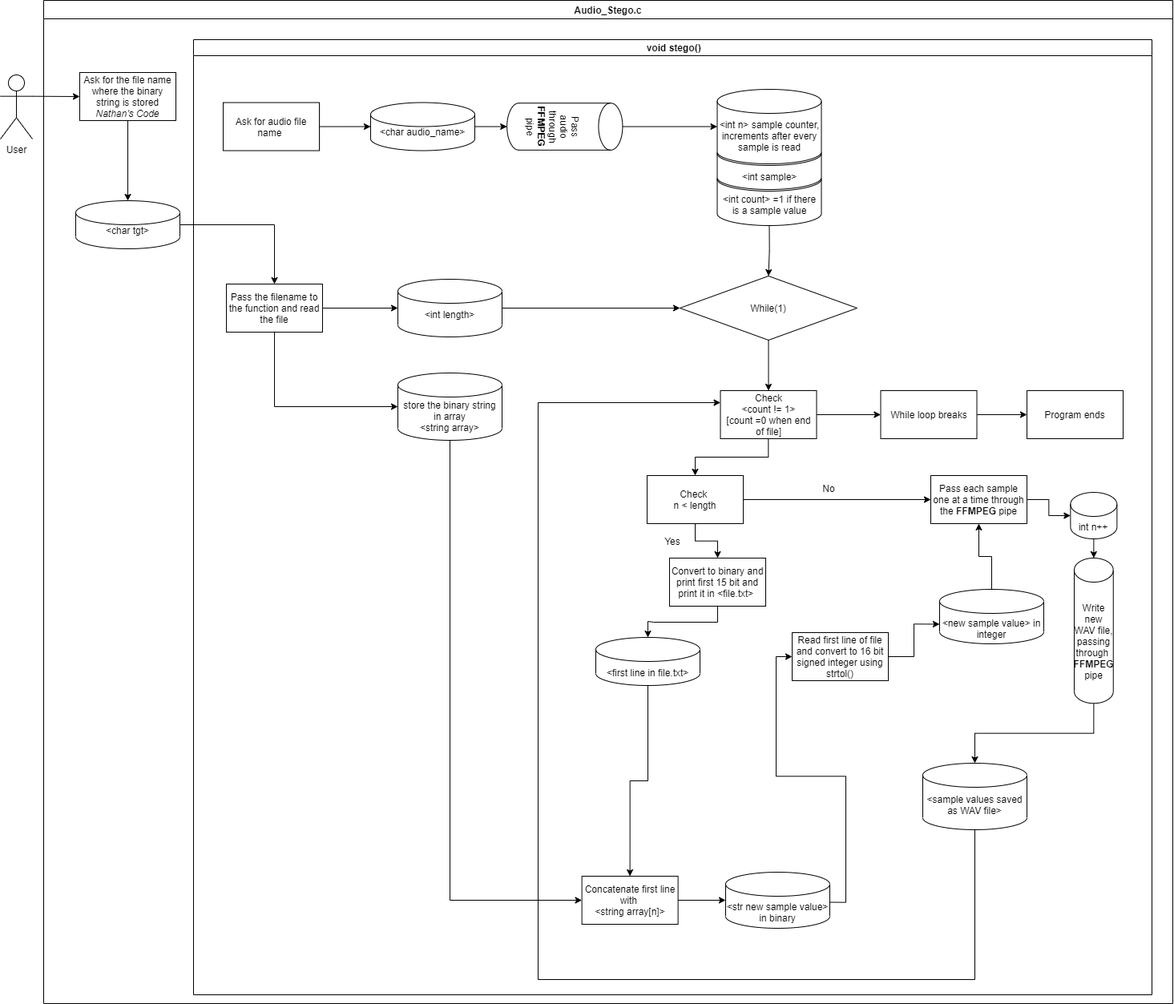
The draw.io diagram lowlevel.png in PalakMittal/AudioStego, before a commit. Source tidied: cells renumbered, new cells last; positions are measured from the earlier drawing's top-left corner, leaving out a move shared by most shapes.
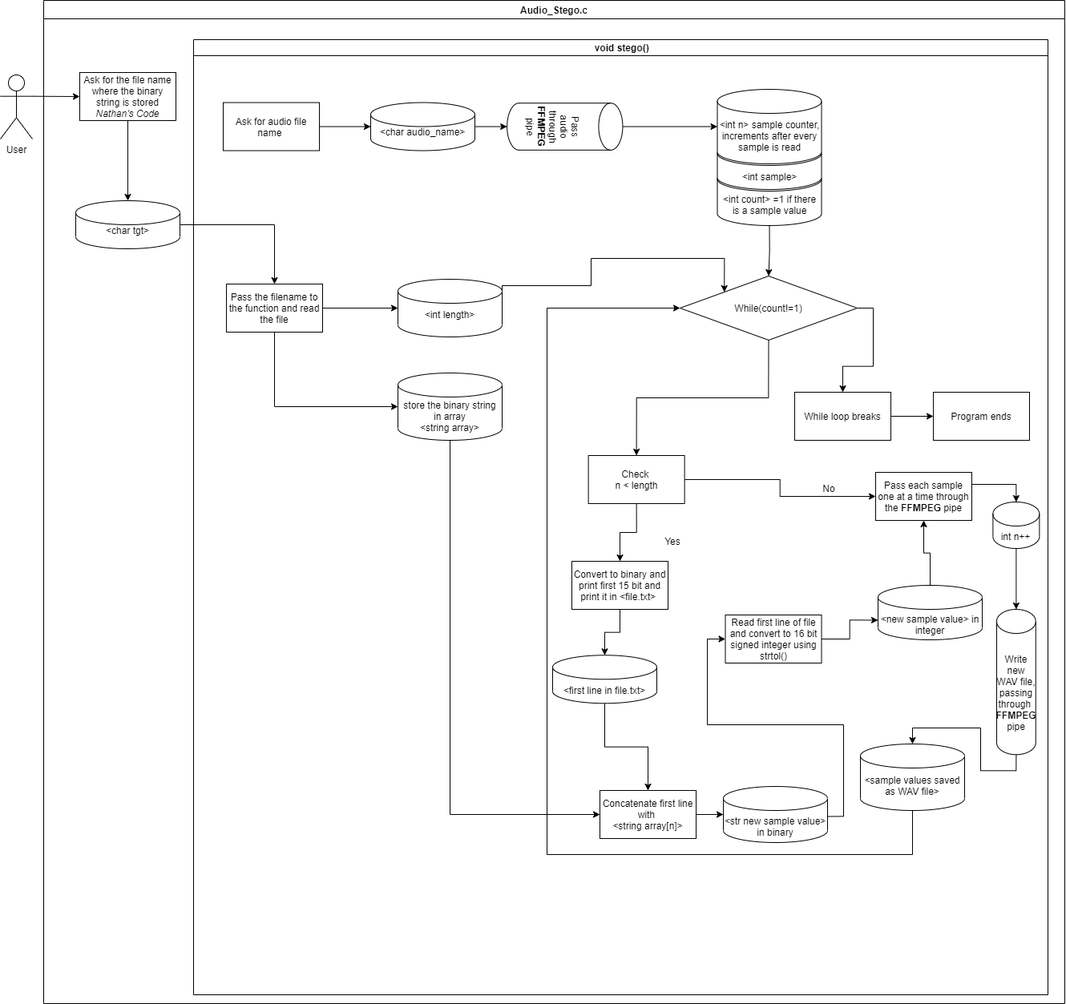
The same file after the commit.

The edit, as a diff of the source:
```diff
@@ -6,10 +6,10 @@
       <mxGeometry y="93" width="40" height="80" as="geometry" />
     </mxCell>
     <mxCell id="3" value="Audio_Stego.c" style="swimlane;" parent="1" vertex="1">
-      <mxGeometry x="54" width="1409" height="1252" as="geometry" />
+      <mxGeometry x="54" width="1274" height="1252" as="geometry" />
     </mxCell>
     <mxCell id="4" value=" void stego()" style="swimlane;startSize=20;" parent="3" vertex="1">
-      <mxGeometry x="187" y="49" width="1196" height="1192" as="geometry" />
+      <mxGeometry x="187" y="49" width="1066" height="1192" as="geometry" />
     </mxCell>
     <mxCell id="5" style="edgeStyle=orthogonalEdgeStyle;rounded=0;jettySize=auto;html=1;exitX=0.5;exitY=1;exitDx=0;exitDy=0;exitPerimeter=0;entryX=0.5;entryY=0;entryDx=0;entryDy=0;" parent="4" edge="1" source="6" target="22">
       <mxGeometry relative="1" as="geometry" />
@@ -32,6 +32,16 @@
     <mxCell id="11" value="Pass the filename to the function and read the file" style="rounded=0;whiteSpace=wrap;html=1;" parent="4" vertex="1">
       <mxGeometry x="41" y="305" width="120" height="60" as="geometry" />
     </mxCell>
+    <mxCell id="21" style="edgeStyle=orthogonalEdgeStyle;rounded=0;jettySize=auto;html=1;exitX=1;exitY=0.5;exitDx=0;exitDy=0;exitPerimeter=0;entryX=0;entryY=0;entryDx=0;entryDy=0;" parent="4" edge="1" source="12" target="22">
+      <mxGeometry relative="1" as="geometry">
+        <Array as="points">
+          <mxPoint x="385" y="307" />
+          <mxPoint x="496" y="307" />
+          <mxPoint x="496" y="273" />
+          <mxPoint x="662" y="273" />
+        </Array>
+      </mxGeometry>
+    </mxCell>
     <mxCell id="12" value="&amp;lt;int length&amp;gt;" style="shape=cylinder3;whiteSpace=wrap;html=1;boundedLbl=1;backgroundOutline=1;size=15;" parent="4" vertex="1">
       <mxGeometry x="255" y="299" width="130" height="72" as="geometry" />
     </mxCell>
@@ -59,62 +69,56 @@
     <mxCell id="20" style="endArrow=classic;html=1;exitX=0.5;exitY=0;exitDx=0;exitDy=0;exitPerimeter=0;entryX=0;entryY=0.5;entryDx=0;entryDy=0;entryPerimeter=0;" parent="4" edge="1" source="16" target="19">
       <mxGeometry relative="1" as="geometry" />
     </mxCell>
-    <mxCell id="21" style="endArrow=classic;html=1;exitX=1;exitY=0.5;exitDx=0;exitDy=0;exitPerimeter=0;entryX=0;entryY=0.5;entryDx=0;entryDy=0;" parent="4" edge="1" source="12" target="22">
-      <mxGeometry relative="1" as="geometry" />
-    </mxCell>
+    <mxCell id="60" style="edgeStyle=orthogonalEdgeStyle;rounded=0;jettySize=auto;html=1;exitX=0.5;exitY=1;exitDx=0;exitDy=0;entryX=0.5;entryY=0;entryDx=0;entryDy=0;" parent="4" edge="1" source="22" target="43">
+      <mxGeometry relative="1" as="geometry" />
+    </mxCell>
+    <mxCell id="61" style="edgeStyle=orthogonalEdgeStyle;rounded=0;jettySize=auto;html=1;exitX=1;exitY=0.5;exitDx=0;exitDy=0;entryX=0.5;entryY=0;entryDx=0;entryDy=0;" parent="4" edge="1" source="22" target="25">
+      <mxGeometry relative="1" as="geometry" />
+    </mxCell>
-    <mxCell id="22" value="While(1)" style="rhombus;whiteSpace=wrap;html=1;" parent="4" vertex="1">
+    <mxCell id="22" value="While(count!=1)" style="rhombus;whiteSpace=wrap;html=1;" parent="4" vertex="1">
       <mxGeometry x="607" y="295" width="221" height="80" as="geometry" />
     </mxCell>
-    <mxCell id="23" style="endArrow=classic;html=1;exitX=0.5;exitY=1;exitDx=0;exitDy=0;entryX=0.5;entryY=0;entryDx=0;entryDy=0;entryPerimeter=0;" parent="4" edge="1" source="22" target="24">
-      <mxGeometry relative="1" as="geometry" />
-    </mxCell>
-    <mxCell id="24" value="&amp;nbsp;Check&amp;nbsp;&lt;br&gt;&amp;lt;count != 1&amp;gt;&lt;br&gt;[count =0 when end of file]" style="rounded=0;whiteSpace=wrap;html=1;" parent="4" vertex="1">
-      <mxGeometry x="657.5" y="438" width="120" height="60" as="geometry" />
-    </mxCell>
     <mxCell id="25" value="While loop breaks" style="whiteSpace=wrap;html=1;rounded=0;" parent="4" vertex="1">
-      <mxGeometry x="857.5" y="438" width="120" height="60" as="geometry" />
+      <mxGeometry x="750" y="440" width="120" height="60" as="geometry" />
     </mxCell>
-    <mxCell id="26" style="edgeStyle=orthogonalEdgeStyle;rounded=0;jettySize=auto;html=1;" parent="4" edge="1" source="24" target="25">
-      <mxGeometry relative="1" as="geometry" />
-    </mxCell>
     <mxCell id="27" value="Convert to binary and print first 15 bit and print it in &amp;lt;file.txt&amp;gt;&amp;nbsp;" style="rounded=0;whiteSpace=wrap;html=1;" parent="4" vertex="1">
-      <mxGeometry x="594" y="647" width="120" height="60" as="geometry" />
+      <mxGeometry x="472" y="651" width="120" height="60" as="geometry" />
     </mxCell>
     <mxCell id="28" value="&lt;br&gt;&amp;lt;first line in file.txt&amp;gt;" style="shape=cylinder3;whiteSpace=wrap;html=1;boundedLbl=1;backgroundOutline=1;size=15;" parent="4" vertex="1">
-      <mxGeometry x="502" y="746" width="130" height="60" as="geometry" />
+      <mxGeometry x="448" y="768.2" width="130" height="60" as="geometry" />
     </mxCell>
     <mxCell id="29" style="edgeStyle=orthogonalEdgeStyle;rounded=0;jettySize=auto;html=1;exitX=0.5;exitY=1;exitDx=0;exitDy=0;entryX=0.5;entryY=0;entryDx=0;entryDy=0;entryPerimeter=0;" parent="4" edge="1" source="27" target="28">
       <mxGeometry relative="1" as="geometry" />
     </mxCell>
     <mxCell id="30" value="Concatenate first line with&amp;nbsp;&lt;br&gt;&amp;lt;string array[n]&amp;gt;" style="rounded=0;whiteSpace=wrap;html=1;" parent="4" vertex="1">
-      <mxGeometry x="484.6" y="1044" width="120" height="60" as="geometry" />
+      <mxGeometry x="507" y="937" width="120" height="60" as="geometry" />
     </mxCell>
     <mxCell id="31" style="edgeStyle=orthogonalEdgeStyle;rounded=0;jettySize=auto;html=1;exitX=0.5;exitY=1;exitDx=0;exitDy=0;exitPerimeter=0;entryX=0.5;entryY=0;entryDx=0;entryDy=0;" parent="4" edge="1" source="28" target="30">
       <mxGeometry relative="1" as="geometry" />
     </mxCell>
     <mxCell id="32" value="&lt;br&gt;&amp;lt;str new sample value&amp;gt;&lt;br&gt;in binary" style="shape=cylinder3;whiteSpace=wrap;html=1;boundedLbl=1;backgroundOutline=1;size=15;" parent="4" vertex="1">
-      <mxGeometry x="664" y="1039" width="130" height="70" as="geometry" />
+      <mxGeometry x="661" y="932" width="130" height="70" as="geometry" />
     </mxCell>
     <mxCell id="33" style="endArrow=classic;html=1;exitX=1;exitY=0.5;exitDx=0;exitDy=0;entryX=0;entryY=0.5;entryDx=0;entryDy=0;entryPerimeter=0;" parent="4" edge="1" source="30" target="32">
       <mxGeometry relative="1" as="geometry" />
     </mxCell>
     <mxCell id="34" value="Read first line of file and convert to 16 bit signed integer using strtol()" style="rounded=0;whiteSpace=wrap;html=1;" parent="4" vertex="1">
-      <mxGeometry x="747" y="740" width="120" height="60" as="geometry" />
+      <mxGeometry x="663.5" y="718" width="120" height="60" as="geometry" />
     </mxCell>
     <mxCell id="35" style="edgeStyle=orthogonalEdgeStyle;rounded=0;jettySize=auto;html=1;exitX=1;exitY=0;exitDx=0;exitDy=37.5;exitPerimeter=0;entryX=0;entryY=0.5;entryDx=0;entryDy=0;" parent="4" edge="1" source="32" target="34">
       <mxGeometry relative="1" as="geometry" />
     </mxCell>
     <mxCell id="36" value="&lt;br&gt;&amp;lt;new sample value&amp;gt; in integer" style="shape=cylinder3;whiteSpace=wrap;html=1;boundedLbl=1;backgroundOutline=1;size=15;" parent="4" vertex="1">
-      <mxGeometry x="931" y="686" width="130" height="68" as="geometry" />
+      <mxGeometry x="854" y="681" width="130" height="68" as="geometry" />
     </mxCell>
     <mxCell id="37" style="edgeStyle=orthogonalEdgeStyle;rounded=0;jettySize=auto;html=1;exitX=1;exitY=0.5;exitDx=0;exitDy=0;entryX=0;entryY=0;entryDx=0;entryDy=43.5;entryPerimeter=0;" parent="4" edge="1" source="34" target="36">
       <mxGeometry relative="1" as="geometry" />
     </mxCell>
-    <mxCell id="38" style="edgeStyle=orthogonalEdgeStyle;rounded=0;jettySize=auto;html=1;exitX=1;exitY=0.5;exitDx=0;exitDy=0;entryX=0;entryY=0.5;entryDx=0;entryDy=0;entryPerimeter=0;" parent="4" edge="1" source="39" target="54">
+    <mxCell id="38" style="edgeStyle=orthogonalEdgeStyle;rounded=0;jettySize=auto;html=1;exitX=1;exitY=0.25;exitDx=0;exitDy=0;entryX=0.5;entryY=0;entryDx=0;entryDy=0;entryPerimeter=0;" parent="4" edge="1" source="39" target="54">
       <mxGeometry relative="1" as="geometry" />
     </mxCell>
     <mxCell id="39" value="Pass each sample one at a time through the &lt;b&gt;FFMPEG&lt;/b&gt;&amp;nbsp;pipe" style="rounded=0;whiteSpace=wrap;html=1;" parent="4" vertex="1">
-      <mxGeometry x="920" y="544" width="120" height="60" as="geometry" />
+      <mxGeometry x="851" y="540" width="120" height="60" as="geometry" />
     </mxCell>
     <mxCell id="40" style="edgeStyle=orthogonalEdgeStyle;rounded=0;jettySize=auto;html=1;exitX=0.5;exitY=0;exitDx=0;exitDy=0;exitPerimeter=0;entryX=0.5;entryY=1;entryDx=0;entryDy=0;" parent="4" edge="1" source="36" target="39">
       <mxGeometry relative="1" as="geometry" />
@@ -126,31 +130,28 @@
       <mxGeometry relative="1" as="geometry" />
     </mxCell>
     <mxCell id="43" value="Check &lt;br&gt;n &amp;lt; length" style="rounded=0;whiteSpace=wrap;html=1;" parent="4" vertex="1">
-      <mxGeometry x="566" y="544" width="120" height="60" as="geometry" />
+      <mxGeometry x="492.6" y="519" width="120" height="60" as="geometry" />
     </mxCell>
-    <mxCell id="44" style="edgeStyle=orthogonalEdgeStyle;rounded=0;jettySize=auto;html=1;entryX=0.5;entryY=0;entryDx=0;entryDy=0;" parent="4" edge="1" source="24" target="43">
-      <mxGeometry relative="1" as="geometry" />
-    </mxCell>
     <mxCell id="45" style="edgeStyle=orthogonalEdgeStyle;rounded=0;jettySize=auto;html=1;exitX=0.5;exitY=1;exitDx=0;exitDy=0;exitPerimeter=0;entryX=0.5;entryY=0;entryDx=0;entryDy=0;entryPerimeter=0;" parent="4" edge="1" source="46" target="48">
       <mxGeometry relative="1" as="geometry" />
     </mxCell>
     <mxCell id="46" value="Write new WAV file, passing through&amp;nbsp;&lt;br&gt;&lt;b&gt;FFMPEG &lt;/b&gt;pipe" style="shape=cylinder3;whiteSpace=wrap;html=1;boundedLbl=1;backgroundOutline=1;size=15;rotation=0;" parent="4" vertex="1">
-      <mxGeometry x="1099" y="647" width="48.8" height="181.2" as="geometry" />
+      <mxGeometry x="1002" y="711" width="48.8" height="181.2" as="geometry" />
     </mxCell>
-    <mxCell id="47" style="edgeStyle=orthogonalEdgeStyle;rounded=0;jettySize=auto;html=1;exitX=0.5;exitY=1;exitDx=0;exitDy=0;exitPerimeter=0;entryX=0;entryY=0.25;entryDx=0;entryDy=0;" parent="4" edge="1" source="48" target="24">
-      <mxGeometry relative="1" as="geometry">
-        <Array as="points">
-          <mxPoint x="975" y="1173" />
-          <mxPoint x="430" y="1173" />
-          <mxPoint x="430" y="453" />
-        </Array>
-      </mxGeometry>
-    </mxCell>
+    <mxCell id="62" style="edgeStyle=orthogonalEdgeStyle;rounded=0;jettySize=auto;html=1;entryX=0;entryY=0.5;entryDx=0;entryDy=0;exitX=0.5;exitY=1;exitDx=0;exitDy=0;exitPerimeter=0;" parent="4" edge="1" source="48" target="22">
+      <mxGeometry relative="1" as="geometry">
+        <Array as="points">
+          <mxPoint x="897" y="1017" />
+          <mxPoint x="441" y="1017" />
+          <mxPoint x="441" y="335" />
+        </Array>
+      </mxGeometry>
+    </mxCell>
     <mxCell id="48" value="&amp;lt;sample values saved as WAV file&amp;gt;" style="shape=cylinder3;whiteSpace=wrap;html=1;boundedLbl=1;backgroundOutline=1;size=15;" parent="4" vertex="1">
-      <mxGeometry x="910" y="903" width="130" height="83" as="geometry" />
+      <mxGeometry x="832" y="879" width="130" height="83" as="geometry" />
     </mxCell>
     <mxCell id="49" value="Program ends" style="rounded=0;whiteSpace=wrap;html=1;" parent="4" vertex="1">
-      <mxGeometry x="1040" y="438" width="120" height="60" as="geometry" />
+      <mxGeometry x="923" y="440" width="120" height="60" as="geometry" />
     </mxCell>
     <mxCell id="50" style="edgeStyle=orthogonalEdgeStyle;rounded=0;jettySize=auto;html=1;entryX=0;entryY=0.5;entryDx=0;entryDy=0;" parent="4" edge="1" source="25" target="49">
       <mxGeometry relative="1" as="geometry" />
@@ -165,7 +166,7 @@
       <mxGeometry relative="1" as="geometry" />
     </mxCell>
     <mxCell id="54" value="&lt;br&gt;int n++" style="shape=cylinder3;whiteSpace=wrap;html=1;boundedLbl=1;backgroundOutline=1;size=15;" parent="4" vertex="1">
-      <mxGeometry x="1094.4" y="565" width="58" height="58" as="geometry" />
+      <mxGeometry x="997.4" y="577" width="58" height="58" as="geometry" />
     </mxCell>
     <mxCell id="55" value="Ask for the file name where the binary string is stored&lt;br&gt;&lt;i&gt;Nathan's Code&lt;/i&gt;" style="rounded=0;whiteSpace=wrap;html=1;" parent="3" vertex="1">
       <mxGeometry x="45" y="90" width="120" height="60" as="geometry" />
```
